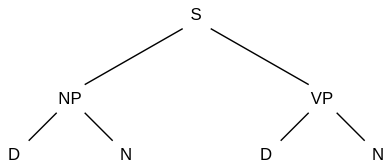
This is Untitled Diagram.drawio.svg from WassayShahid/Draw.io, a draw.io export, as it was before one commit. Source tidied: cells renumbered, new cells last; positions are measured from the earlier drawing's top-left corner, leaving out a move shared by most shapes.
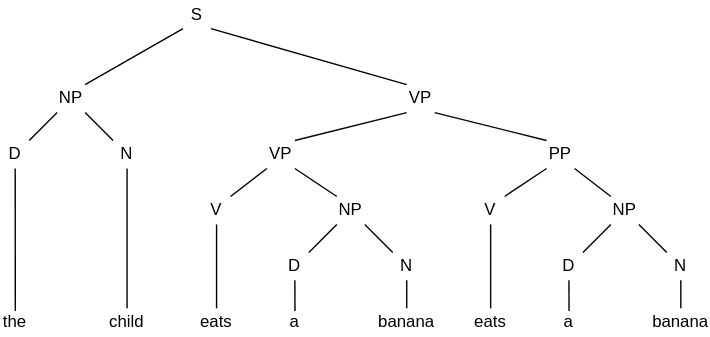
Above is the later version.

Change to the diagram source:
```diff
@@ -12,7 +12,7 @@
       <mxGeometry relative="1" as="geometry" />
     </mxCell>
     <mxCell id="5" value="VP" style="text;html=1;align=center;verticalAlign=middle;whiteSpace=wrap;rounded=0;" parent="1" vertex="1">
-      <mxGeometry x="220" y="60" width="20" height="20" as="geometry" />
+      <mxGeometry x="290" y="60" width="20" height="20" as="geometry" />
     </mxCell>
     <mxCell id="6" style="endArrow=none;html=1;rounded=0;entryX=1;entryY=1;entryDx=0;entryDy=0;exitX=0;exitY=0;exitDx=0;exitDy=0;" parent="1" edge="1" source="5" target="2">
       <mxGeometry relative="1" as="geometry" />
@@ -29,11 +29,11 @@
     <mxCell id="10" style="endArrow=none;html=1;rounded=0;entryX=1;entryY=1;entryDx=0;entryDy=0;exitX=0;exitY=0;exitDx=0;exitDy=0;" parent="1" edge="1" source="9" target="3">
       <mxGeometry relative="1" as="geometry" />
     </mxCell>
-    <mxCell id="11" value="D" style="text;html=1;align=center;verticalAlign=middle;whiteSpace=wrap;rounded=0;" parent="1" vertex="1">
-      <mxGeometry x="180" y="100" width="20" height="20" as="geometry" />
+    <mxCell id="11" value="VP" style="text;html=1;align=center;verticalAlign=middle;whiteSpace=wrap;rounded=0;" parent="1" vertex="1">
+      <mxGeometry x="190" y="100" width="20" height="20" as="geometry" />
     </mxCell>
-    <mxCell id="12" value="N" style="text;html=1;align=center;verticalAlign=middle;whiteSpace=wrap;rounded=0;" parent="1" vertex="1">
-      <mxGeometry x="260" y="100" width="20" height="20" as="geometry" />
+    <mxCell id="12" value="PP" style="text;html=1;align=center;verticalAlign=middle;whiteSpace=wrap;rounded=0;" parent="1" vertex="1">
+      <mxGeometry x="390" y="100" width="20" height="20" as="geometry" />
     </mxCell>
     <mxCell id="13" style="endArrow=none;html=1;rounded=0;entryX=0;entryY=1;entryDx=0;entryDy=0;exitX=1;exitY=0;exitDx=0;exitDy=0;" parent="1" edge="1" source="11" target="5">
       <mxGeometry relative="1" as="geometry" />
@@ -41,5 +41,103 @@
     <mxCell id="14" style="endArrow=none;html=1;rounded=0;entryX=1;entryY=1;entryDx=0;entryDy=0;exitX=0;exitY=0;exitDx=0;exitDy=0;" parent="1" edge="1" source="12" target="5">
       <mxGeometry relative="1" as="geometry" />
     </mxCell>
+    <mxCell id="15" value="the" style="text;html=1;align=center;verticalAlign=middle;whiteSpace=wrap;rounded=0;" parent="1" vertex="1">
+      <mxGeometry y="220" width="20" height="20" as="geometry" />
+    </mxCell>
+    <mxCell id="16" value="child" style="text;html=1;align=center;verticalAlign=middle;whiteSpace=wrap;rounded=0;" parent="1" vertex="1">
+      <mxGeometry x="80" y="220" width="20" height="20" as="geometry" />
+    </mxCell>
+    <mxCell id="17" style="endArrow=none;html=1;rounded=0;entryX=0.5;entryY=1;entryDx=0;entryDy=0;exitX=0.5;exitY=0;exitDx=0;exitDy=0;" parent="1" edge="1" source="16" target="9">
+      <mxGeometry relative="1" as="geometry" />
+    </mxCell>
+    <mxCell id="18" style="endArrow=none;html=1;rounded=0;entryX=0.5;entryY=1;entryDx=0;entryDy=0;exitX=0.504;exitY=0.096;exitDx=0;exitDy=0;exitPerimeter=0;" parent="1" edge="1" source="15" target="7">
+      <mxGeometry relative="1" as="geometry" />
+    </mxCell>
+    <mxCell id="19" value="D" style="text;html=1;align=center;verticalAlign=middle;whiteSpace=wrap;rounded=0;" parent="1" vertex="1">
+      <mxGeometry x="200" y="180" width="20" height="20" as="geometry" />
+    </mxCell>
+    <mxCell id="20" style="endArrow=none;html=1;rounded=0;entryX=0;entryY=1;entryDx=0;entryDy=0;exitX=1;exitY=0;exitDx=0;exitDy=0;" parent="1" edge="1" source="19" target="29">
+      <mxGeometry relative="1" as="geometry" />
+    </mxCell>
+    <mxCell id="21" value="N" style="text;html=1;align=center;verticalAlign=middle;whiteSpace=wrap;rounded=0;" parent="1" vertex="1">
+      <mxGeometry x="280" y="180" width="20" height="20" as="geometry" />
+    </mxCell>
+    <mxCell id="22" style="endArrow=none;html=1;rounded=0;entryX=1;entryY=1;entryDx=0;entryDy=0;exitX=0;exitY=0;exitDx=0;exitDy=0;" parent="1" edge="1" source="21" target="29">
+      <mxGeometry relative="1" as="geometry" />
+    </mxCell>
+    <mxCell id="23" value="a" style="text;html=1;align=center;verticalAlign=middle;whiteSpace=wrap;rounded=0;" parent="1" vertex="1">
+      <mxGeometry x="200" y="220" width="20" height="20" as="geometry" />
+    </mxCell>
+    <mxCell id="24" value="banana" style="text;html=1;align=center;verticalAlign=middle;whiteSpace=wrap;rounded=0;" parent="1" vertex="1">
+      <mxGeometry x="280" y="220" width="20" height="20" as="geometry" />
+    </mxCell>
+    <mxCell id="25" style="endArrow=none;html=1;rounded=0;entryX=0.5;entryY=1;entryDx=0;entryDy=0;exitX=0.5;exitY=0;exitDx=0;exitDy=0;" parent="1" edge="1" source="24" target="21">
+      <mxGeometry relative="1" as="geometry" />
+    </mxCell>
+    <mxCell id="26" style="endArrow=none;html=1;rounded=0;entryX=0.5;entryY=1;entryDx=0;entryDy=0;exitX=0.504;exitY=0.096;exitDx=0;exitDy=0;exitPerimeter=0;" parent="1" edge="1" source="23" target="19">
+      <mxGeometry relative="1" as="geometry" />
+    </mxCell>
+    <mxCell id="27" value="V" style="text;html=1;align=center;verticalAlign=middle;whiteSpace=wrap;rounded=0;" parent="1" vertex="1">
+      <mxGeometry x="144" y="140" width="20" height="20" as="geometry" />
+    </mxCell>
+    <mxCell id="28" style="endArrow=none;html=1;rounded=0;entryX=0;entryY=1;entryDx=0;entryDy=0;exitX=1;exitY=0;exitDx=0;exitDy=0;" parent="1" edge="1" source="27" target="11">
+      <mxGeometry relative="1" as="geometry" />
+    </mxCell>
+    <mxCell id="29" value="NP" style="text;html=1;align=center;verticalAlign=middle;whiteSpace=wrap;rounded=0;" parent="1" vertex="1">
+      <mxGeometry x="240" y="140" width="20" height="20" as="geometry" />
+    </mxCell>
+    <mxCell id="30" style="endArrow=none;html=1;rounded=0;entryX=1;entryY=1;entryDx=0;entryDy=0;exitX=0;exitY=0;exitDx=0;exitDy=0;" parent="1" edge="1" source="29" target="11">
+      <mxGeometry relative="1" as="geometry" />
+    </mxCell>
+    <mxCell id="31" value="D" style="text;html=1;align=center;verticalAlign=middle;whiteSpace=wrap;rounded=0;" parent="1" vertex="1">
+      <mxGeometry x="396" y="180" width="20" height="20" as="geometry" />
+    </mxCell>
+    <mxCell id="32" style="endArrow=none;html=1;rounded=0;entryX=0;entryY=1;entryDx=0;entryDy=0;exitX=1;exitY=0;exitDx=0;exitDy=0;" parent="1" edge="1" source="31" target="41">
+      <mxGeometry relative="1" as="geometry" />
+    </mxCell>
+    <mxCell id="33" value="N" style="text;html=1;align=center;verticalAlign=middle;whiteSpace=wrap;rounded=0;" parent="1" vertex="1">
+      <mxGeometry x="476" y="180" width="20" height="20" as="geometry" />
+    </mxCell>
+    <mxCell id="34" style="endArrow=none;html=1;rounded=0;entryX=1;entryY=1;entryDx=0;entryDy=0;exitX=0;exitY=0;exitDx=0;exitDy=0;" parent="1" edge="1" source="33" target="41">
+      <mxGeometry relative="1" as="geometry" />
+    </mxCell>
+    <mxCell id="35" value="a" style="text;html=1;align=center;verticalAlign=middle;whiteSpace=wrap;rounded=0;" parent="1" vertex="1">
+      <mxGeometry x="396" y="220" width="20" height="20" as="geometry" />
+    </mxCell>
+    <mxCell id="36" value="banana" style="text;html=1;align=center;verticalAlign=middle;whiteSpace=wrap;rounded=0;" parent="1" vertex="1">
+      <mxGeometry x="476" y="220" width="20" height="20" as="geometry" />
+    </mxCell>
+    <mxCell id="37" style="endArrow=none;html=1;rounded=0;entryX=0.5;entryY=1;entryDx=0;entryDy=0;exitX=0.5;exitY=0;exitDx=0;exitDy=0;" parent="1" edge="1" source="36" target="33">
+      <mxGeometry relative="1" as="geometry" />
+    </mxCell>
+    <mxCell id="38" style="endArrow=none;html=1;rounded=0;entryX=0.5;entryY=1;entryDx=0;entryDy=0;exitX=0.504;exitY=0.096;exitDx=0;exitDy=0;exitPerimeter=0;" parent="1" edge="1" source="35" target="31">
+      <mxGeometry relative="1" as="geometry" />
+    </mxCell>
+    <mxCell id="39" value="V" style="text;html=1;align=center;verticalAlign=middle;whiteSpace=wrap;rounded=0;" parent="1" vertex="1">
+      <mxGeometry x="340" y="140" width="20" height="20" as="geometry" />
+    </mxCell>
+    <mxCell id="40" style="endArrow=none;html=1;rounded=0;entryX=0;entryY=1;entryDx=0;entryDy=0;exitX=1;exitY=0;exitDx=0;exitDy=0;" parent="1" edge="1" source="39" target="12">
+      <mxGeometry relative="1" as="geometry" />
+    </mxCell>
+    <mxCell id="41" value="NP" style="text;html=1;align=center;verticalAlign=middle;whiteSpace=wrap;rounded=0;" parent="1" vertex="1">
+      <mxGeometry x="436" y="140" width="20" height="20" as="geometry" />
+    </mxCell>
+    <mxCell id="42" style="endArrow=none;html=1;rounded=0;entryX=1;entryY=1;entryDx=0;entryDy=0;exitX=0;exitY=0;exitDx=0;exitDy=0;" parent="1" edge="1" source="41" target="12">
+      <mxGeometry relative="1" as="geometry" />
+    </mxCell>
+    <mxCell id="43" value="eats" style="text;html=1;align=center;verticalAlign=middle;whiteSpace=wrap;rounded=0;" parent="1" vertex="1">
+      <mxGeometry x="144" y="220" width="20" height="20" as="geometry" />
+    </mxCell>
+    <mxCell id="44" style="endArrow=none;html=1;rounded=0;exitX=0.5;exitY=0;exitDx=0;exitDy=0;entryX=0.5;entryY=1;entryDx=0;entryDy=0;" parent="1" edge="1" source="43" target="27">
+      <mxGeometry relative="1" as="geometry" />
+    </mxCell>
+    <mxCell id="45" value="eats" style="text;html=1;align=center;verticalAlign=middle;whiteSpace=wrap;rounded=0;" parent="1" vertex="1">
+      <mxGeometry x="340" y="220" width="20" height="20" as="geometry" />
+    </mxCell>
+    <mxCell id="46" style="endArrow=none;html=1;rounded=0;exitX=0.5;exitY=0;exitDx=0;exitDy=0;entryX=0.5;entryY=1;entryDx=0;entryDy=0;" parent="1" edge="1" source="45">
+      <mxGeometry relative="1" as="geometry">
+        <mxPoint x="350" y="160" as="targetPoint" />
+      </mxGeometry>
+    </mxCell>
   </root>
 </mxGraphModel>
```
